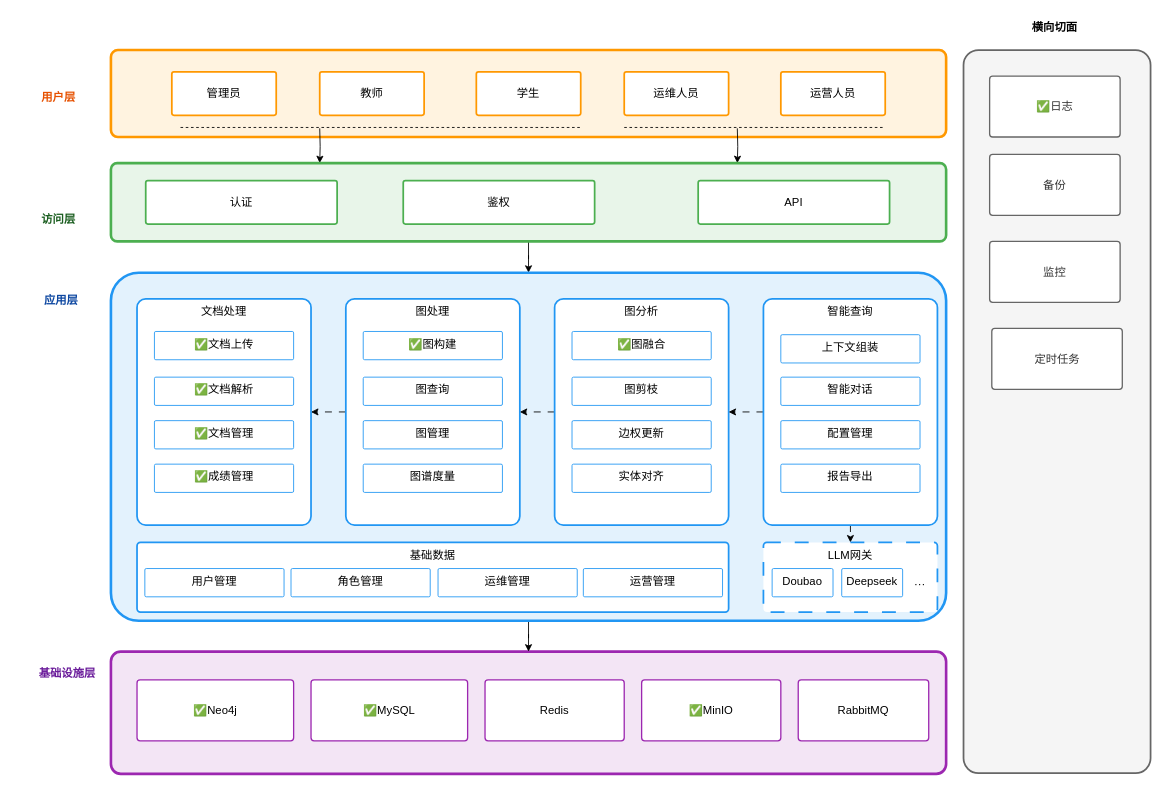
Above: docs/design-view/dev-view/diagrams/structure/layered-architecture.drawio in Eliauk-L/GraphNexus (draw.io), before the change. Source tidied: cells renumbered, new cells numbered last; positions are measured from the earlier drawing's top-left corner, leaving out a move shared by most shapes. Both pictures are drawn from the tidied source at 87%, with x=0, y=0 at pixel (15, 15).
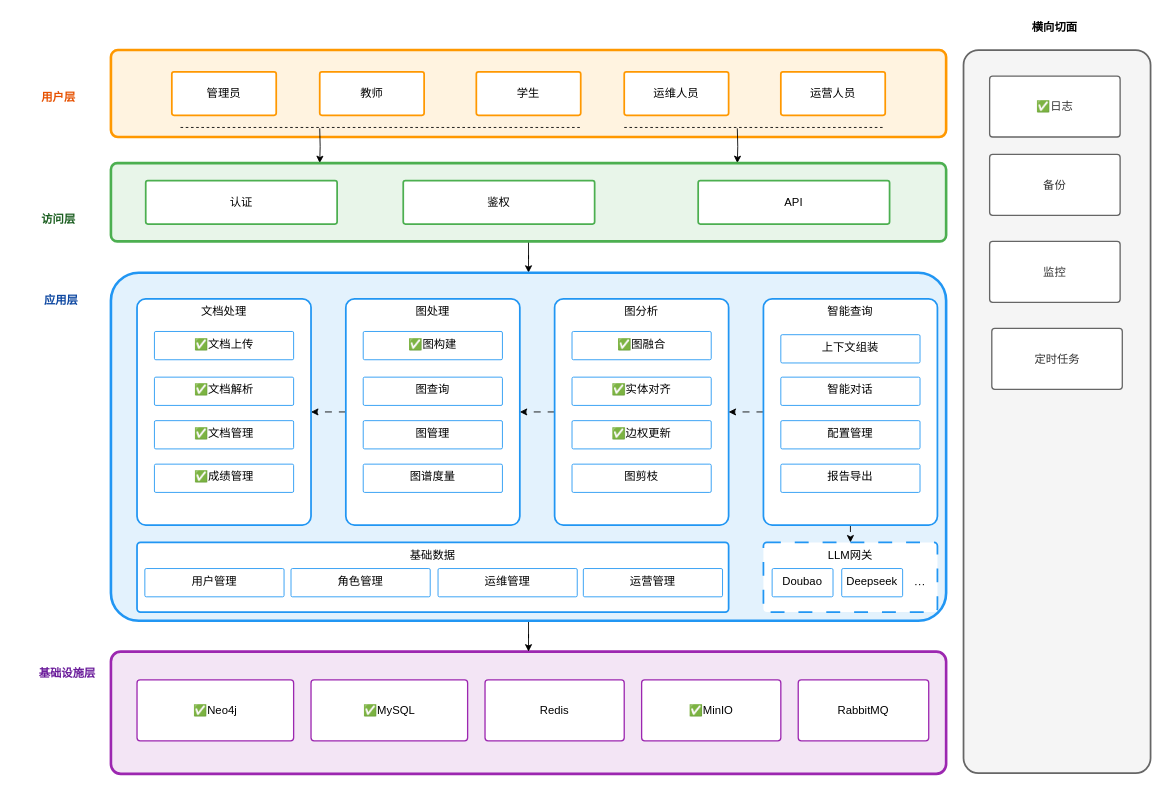
Above is the later version.

What changed in the source:
```diff
@@
-    <mxCell id="49" value="图剪枝" style="rounded=1;whiteSpace=wrap;fillColor=#ffffff;strokeColor=#2196F3;strokeWidth=1;fontSize=13;arcSize=5;align=center;verticalAlign=top;" parent="1" vertex="1">
+    <mxCell id="49" value="✅实体对齐" style="rounded=1;whiteSpace=wrap;fillColor=#ffffff;strokeColor=#2196F3;strokeWidth=1;fontSize=13;arcSize=5;align=center;verticalAlign=top;" parent="1" vertex="1">
       <mxGeometry x="640" y="416" width="160" height="32.5" as="geometry" />
     </mxCell>
@@
-    <mxCell id="61" value="边权更新" style="rounded=1;whiteSpace=wrap;fillColor=#ffffff;strokeColor=#2196F3;strokeWidth=1;fontSize=13;arcSize=5;align=center;verticalAlign=top;" parent="1" vertex="1">
+    <mxCell id="61" value="✅边权更新" style="rounded=1;whiteSpace=wrap;fillColor=#ffffff;strokeColor=#2196F3;strokeWidth=1;fontSize=13;arcSize=5;align=center;verticalAlign=top;" parent="1" vertex="1">
       <mxGeometry x="640" y="466" width="160" height="32.5" as="geometry" />
     </mxCell>
-    <mxCell id="62" value="实体对齐" style="rounded=1;whiteSpace=wrap;fillColor=#ffffff;strokeColor=#2196F3;strokeWidth=1;fontSize=13;arcSize=5;align=center;verticalAlign=top;" parent="1" vertex="1">
+    <mxCell id="62" value="图剪枝" style="rounded=1;whiteSpace=wrap;fillColor=#ffffff;strokeColor=#2196F3;strokeWidth=1;fontSize=13;arcSize=5;align=center;verticalAlign=top;" parent="1" vertex="1">
       <mxGeometry x="640" y="516" width="160" height="32.5" as="geometry" />
     </mxCell>
```
